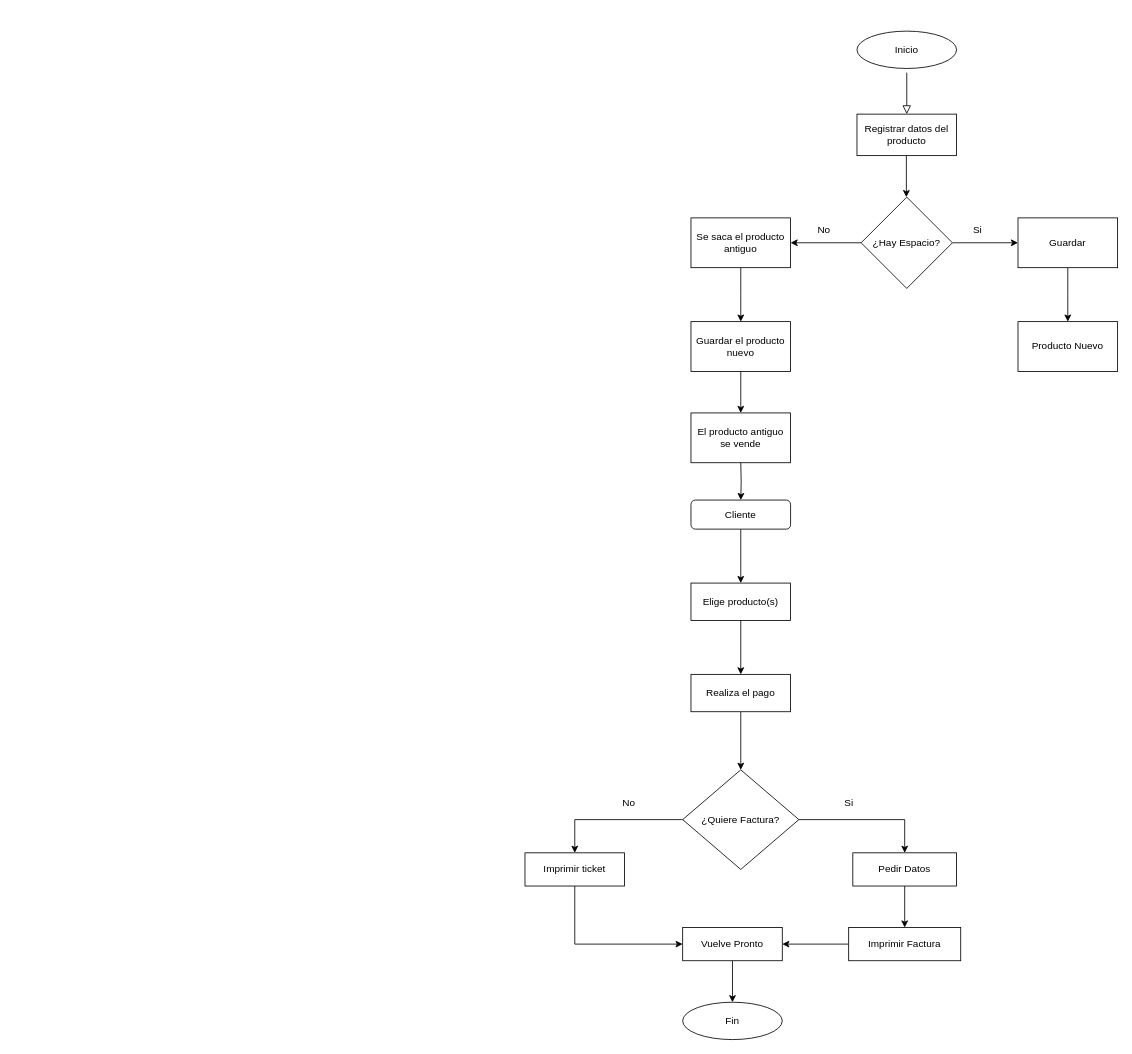
Earlier version of the draw.io diagram Untitled Diagram.drawio (Dalo25/Diagramas). Source tidied: cells renumbered, new cells numbered last; positions are measured from the earlier drawing's top-left corner, leaving out a move shared by most shapes. Both pictures are drawn from the tidied source at 83%, with x=0, y=0 at pixel (525, 31).
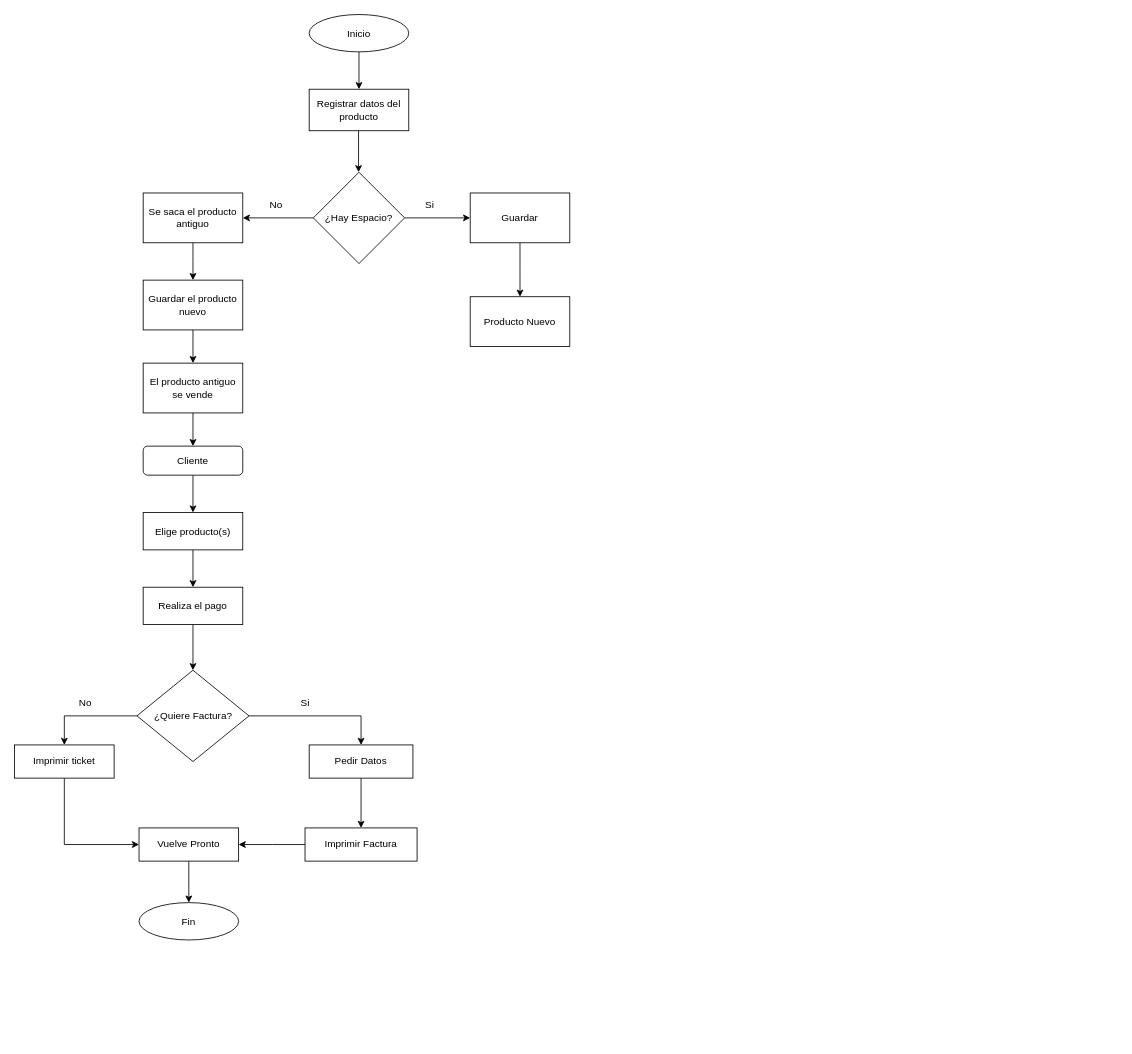
The same page after the edit.

What changed in the source:
```diff
@@
-    <mxCell id="2" style="rounded=0;html=1;jettySize=auto;orthogonalLoop=1;fontSize=11;endArrow=block;endFill=0;endSize=8;strokeWidth=1;shadow=0;labelBackgroundColor=none;edgeStyle=orthogonalEdgeStyle;" parent="1" edge="1">
-      <mxGeometry relative="1" as="geometry">
-        <mxPoint x="460" y="50" as="sourcePoint" />
-        <mxPoint x="460" y="100" as="targetPoint" />
-      </mxGeometry>
-    </mxCell>
     <mxCell id="3" value="Registrar datos del producto" style="rounded=0;whiteSpace=wrap;html=1;" parent="1" vertex="1">
-      <mxGeometry x="400" y="100" width="120" height="50" as="geometry" />
+      <mxGeometry x="-260" y="70" width="120" height="50" as="geometry" />
     </mxCell>
     <mxCell id="4" style="edgeStyle=orthogonalEdgeStyle;rounded=0;orthogonalLoop=1;jettySize=auto;html=1;" parent="1" edge="1">
       <mxGeometry relative="1" as="geometry">
-        <mxPoint x="459.5" y="150" as="sourcePoint" />
-        <mxPoint x="459.5" y="200" as="targetPoint" />
+        <mxPoint x="-200.5" y="120" as="sourcePoint" />
+        <mxPoint x="-200.5" y="170" as="targetPoint" />
       </mxGeometry>
     </mxCell>
@@
     <mxCell id="7" value="¿Hay Espacio?" style="rhombus;whiteSpace=wrap;html=1;" parent="1" vertex="1">
-      <mxGeometry x="405" y="200" width="110" height="110" as="geometry" />
+      <mxGeometry x="-255" y="170" width="110" height="110" as="geometry" />
     </mxCell>
     <mxCell id="8" style="edgeStyle=orthogonalEdgeStyle;rounded=0;jettySize=auto;html=1;" parent="1" edge="1" source="9">
       <mxGeometry relative="1" as="geometry">
-        <mxPoint x="260" y="350" as="targetPoint" />
+        <mxPoint x="-400" y="300" as="targetPoint" />
       </mxGeometry>
     </mxCell>
     <mxCell id="9" value="Se saca el producto antiguo" style="whiteSpace=wrap;html=1;" parent="1" vertex="1">
-      <mxGeometry x="200" y="225" width="120" height="60" as="geometry" />
+      <mxGeometry x="-460" y="195" width="120" height="60" as="geometry" />
     </mxCell>
     <mxCell id="10" value="No" style="text;html=1;align=center;verticalAlign=middle;strokeColor=none;fillColor=none;" parent="1" vertex="1">
-      <mxGeometry x="345" y="230" width="30" height="20" as="geometry" />
+      <mxGeometry x="-315" y="200" width="30" height="20" as="geometry" />
     </mxCell>
     <mxCell id="11" value="Si" style="text;html=1;align=center;verticalAlign=middle;strokeColor=none;fillColor=none;" parent="1" vertex="1">
-      <mxGeometry x="530" y="230" width="30" height="20" as="geometry" />
+      <mxGeometry x="-130" y="200" width="30" height="20" as="geometry" />
     </mxCell>
     <mxCell id="12" style="edgeStyle=orthogonalEdgeStyle;rounded=0;jettySize=auto;html=1;" parent="1" edge="1" source="13">
       <mxGeometry relative="1" as="geometry">
-        <mxPoint x="654" y="350" as="targetPoint" />
+        <mxPoint x="-6" y="320" as="targetPoint" />
       </mxGeometry>
     </mxCell>
     <mxCell id="13" value="Guardar" style="whiteSpace=wrap;html=1;" parent="1" vertex="1">
-      <mxGeometry x="594" y="225" width="120" height="60" as="geometry" />
+      <mxGeometry x="-66" y="195" width="120" height="60" as="geometry" />
     </mxCell>
     <mxCell id="14" value="Producto Nuevo" style="whiteSpace=wrap;html=1;" parent="1" vertex="1">
-      <mxGeometry x="594" y="350" width="120" height="60" as="geometry" />
+      <mxGeometry x="-66" y="320" width="120" height="60" as="geometry" />
     </mxCell>
@@
     <mxCell id="16" value="Guardar el producto nuevo" style="whiteSpace=wrap;html=1;" parent="1" vertex="1">
-      <mxGeometry x="200" y="350" width="120" height="60" as="geometry" />
+      <mxGeometry x="-460" y="300" width="120" height="60" as="geometry" />
     </mxCell>
     <mxCell id="17" value="El producto antiguo se vende" style="whiteSpace=wrap;html=1;" parent="1" vertex="1">
-      <mxGeometry x="200" y="460" width="120" height="60" as="geometry" />
+      <mxGeometry x="-460" y="400" width="120" height="60" as="geometry" />
     </mxCell>
+    <mxCell id="40" style="edgeStyle=orthogonalEdgeStyle;rounded=0;jettySize=auto;html=1;entryX=0.5;entryY=0;entryDx=0;entryDy=0;" parent="1" edge="1" source="18" target="3">
+      <mxGeometry relative="1" as="geometry" />
+    </mxCell>
     <mxCell id="18" value="Inicio" style="ellipse;whiteSpace=wrap;html=1;" parent="1" vertex="1">
-      <mxGeometry x="400" width="120" height="45" as="geometry" />
+      <mxGeometry x="-260" y="-20" width="120" height="45" as="geometry" />
     </mxCell>
-    <mxCell id="19" style="edgeStyle=orthogonalEdgeStyle;rounded=0;jettySize=auto;html=1;" parent="1" edge="1" target="21">
-      <mxGeometry relative="1" as="geometry">
-        <mxPoint x="260" y="520" as="sourcePoint" />
-      </mxGeometry>
+    <mxCell id="19" style="edgeStyle=orthogonalEdgeStyle;rounded=0;jettySize=auto;html=1;exitX=0.5;exitY=1;exitDx=0;exitDy=0;" parent="1" edge="1" source="17" target="21">
+      <mxGeometry relative="1" as="geometry" />
     </mxCell>
@@
     <mxCell id="21" value="Cliente" style="rounded=1;whiteSpace=wrap;html=1;" parent="1" vertex="1">
-      <mxGeometry x="200" y="565" width="120" height="35" as="geometry" />
+      <mxGeometry x="-460" y="500" width="120" height="35" as="geometry" />
     </mxCell>
@@
     <mxCell id="23" value="Elige producto(s)" style="rounded=0;whiteSpace=wrap;html=1;" parent="1" vertex="1">
-      <mxGeometry x="200" y="665" width="120" height="45" as="geometry" />
+      <mxGeometry x="-460" y="580" width="120" height="45" as="geometry" />
     </mxCell>
-    <mxCell id="24" style="edgeStyle=orthogonalEdgeStyle;rounded=0;jettySize=auto;html=1;entryX=0.5;entryY=0;entryDx=0;entryDy=0;" parent="1" edge="1" source="25" target="28">
+    <mxCell id="24" style="edgeStyle=orthogonalEdgeStyle;rounded=0;jettySize=auto;html=1;entryX=0.5;entryY=0;entryDx=0;entryDy=0;exitX=0.5;exitY=1;exitDx=0;exitDy=0;" parent="1" edge="1" source="25" target="28">
       <mxGeometry relative="1" as="geometry" />
     </mxCell>
     <mxCell id="25" value="Realiza el pago" style="rounded=0;whiteSpace=wrap;html=1;" parent="1" vertex="1">
-      <mxGeometry x="200" y="775" width="120" height="45" as="geometry" />
+      <mxGeometry x="-460" y="670" width="120" height="45" as="geometry" />
     </mxCell>
@@
     <mxCell id="28" value="¿Quiere Factura?" style="rhombus;whiteSpace=wrap;html=1;" parent="1" vertex="1">
-      <mxGeometry x="190" y="890" width="140" height="120" as="geometry" />
+      <mxGeometry x="-467.5" y="770" width="135" height="110" as="geometry" />
     </mxCell>
     <mxCell id="29" value="No" style="text;html=1;align=center;verticalAlign=middle;strokeColor=none;fillColor=none;" parent="1" vertex="1">
-      <mxGeometry x="110" y="920" width="30" height="20" as="geometry" />
+      <mxGeometry x="-545" y="800" width="30" height="20" as="geometry" />
     </mxCell>
@@
     <mxCell id="31" value="Imprimir ticket" style="rounded=0;whiteSpace=wrap;html=1;" parent="1" vertex="1">
-      <mxGeometry y="990" width="120" height="40" as="geometry" />
+      <mxGeometry x="-615" y="860" width="120" height="40" as="geometry" />
     </mxCell>
@@
     <mxCell id="33" value="Pedir Datos" style="rounded=0;whiteSpace=wrap;html=1;" parent="1" vertex="1">
-      <mxGeometry x="395" y="990" width="125" height="40" as="geometry" />
+      <mxGeometry x="-260" y="860" width="125" height="40" as="geometry" />
     </mxCell>
     <mxCell id="34" value="Si" style="text;html=1;align=center;verticalAlign=middle;strokeColor=none;fillColor=none;" parent="1" vertex="1">
-      <mxGeometry x="375" y="920" width="30" height="20" as="geometry" />
+      <mxGeometry x="-280" y="800" width="30" height="20" as="geometry" />
     </mxCell>
     <mxCell id="35" style="edgeStyle=orthogonalEdgeStyle;rounded=0;jettySize=auto;html=1;" parent="1" edge="1" source="36">
       <mxGeometry relative="1" as="geometry">
-        <mxPoint x="310" y="1100" as="targetPoint" />
+        <mxPoint x="-345" y="980" as="targetPoint" />
       </mxGeometry>
     </mxCell>
     <mxCell id="36" value="Imprimir Factura" style="rounded=0;whiteSpace=wrap;html=1;" parent="1" vertex="1">
-      <mxGeometry x="390" y="1080" width="135" height="40" as="geometry" />
+      <mxGeometry x="-265" y="960" width="135" height="40" as="geometry" />
     </mxCell>
@@
     <mxCell id="38" value="Vuelve Pronto" style="rounded=0;whiteSpace=wrap;html=1;" parent="1" vertex="1">
-      <mxGeometry x="190" y="1080" width="120" height="40" as="geometry" />
+      <mxGeometry x="-465" y="960" width="120" height="40" as="geometry" />
     </mxCell>
     <mxCell id="39" value="Fin" style="ellipse;whiteSpace=wrap;html=1;" parent="1" vertex="1">
-      <mxGeometry x="190" y="1170" width="120" height="45" as="geometry" />
+      <mxGeometry x="-465" y="1050" width="120" height="45" as="geometry" />
     </mxCell>
```
